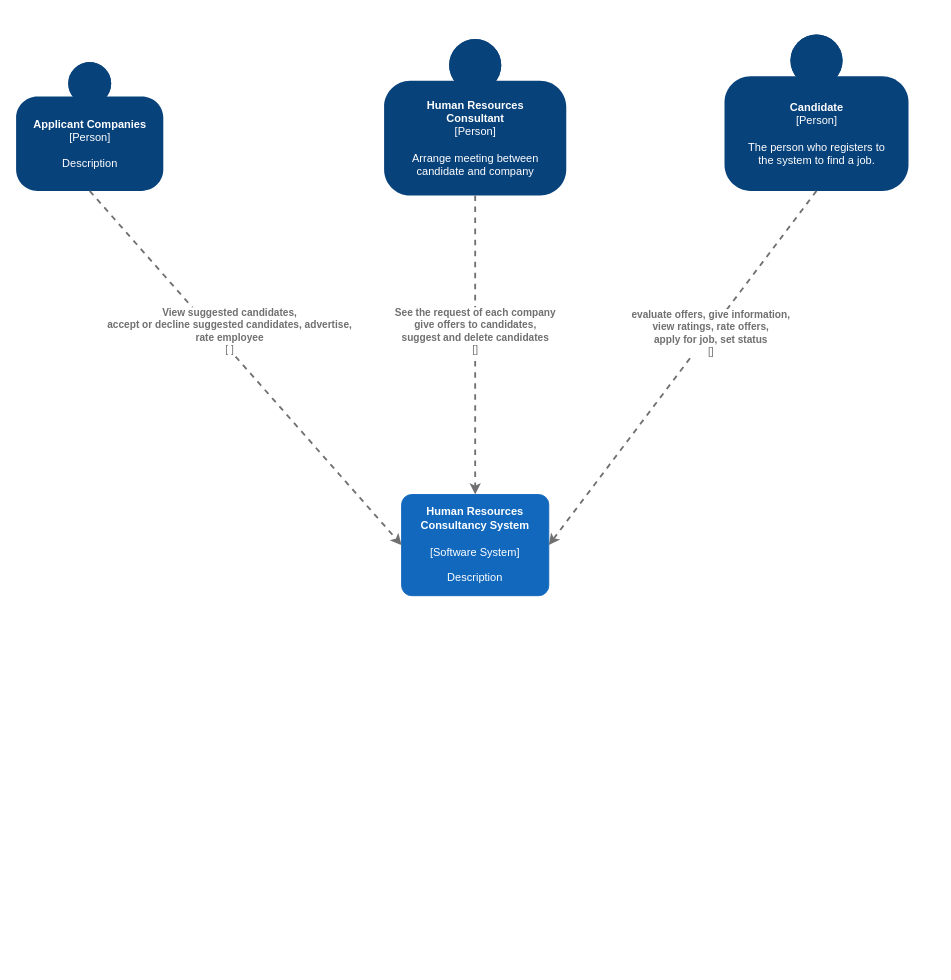
The draw.io diagram c4.drawio in sglbl/CSE-101, before the edit. Source tidied: cells renumbered, new cells numbered last; positions are measured from the earlier drawing's top-left corner, leaving out a move shared by most shapes. Both pictures are drawn from the tidied source at 92%, with x=0, y=0 at pixel (16, 34).
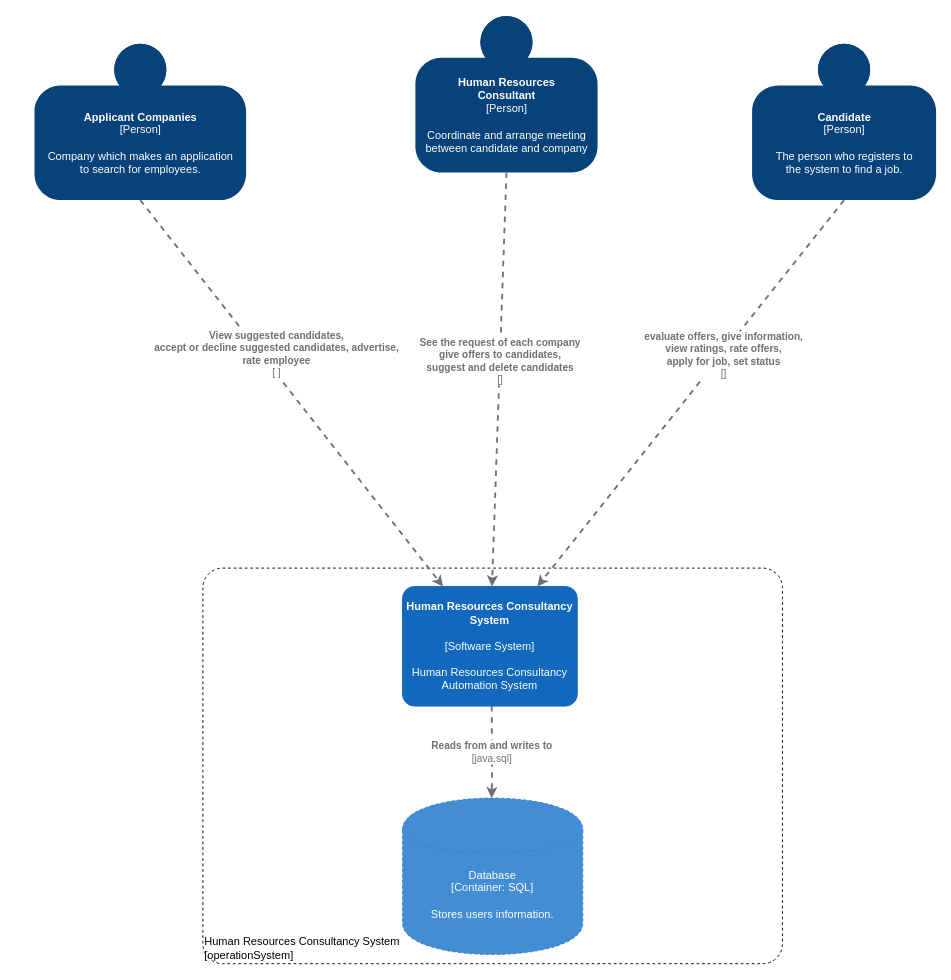
After the change.

What changed in the source:
```diff
@@
+    <object id="9" label="&lt;div style=&quot;text-align: left&quot;&gt;%c4Name%&lt;/div&gt;&lt;div style=&quot;text-align: left&quot;&gt;[%c4OperationSystem%]&lt;/div&gt;&lt;div style=&quot;text-align: right&quot;&gt;%c4ScalingFactor%&lt;/div&gt;" c4Name="Human Resources Consultancy System" c4OperationSystem="operationSystem" c4ScalingFactor=" " placeholders="1">
+      <mxCell style="rounded=1;whiteSpace=wrap;html=1;labelBackgroundColor=none;fillColor=#ffffff;fontColor=#000000;align=left;arcSize=5;strokeColor=#000000;verticalAlign=bottom;metaData={&quot;c4Type&quot;:{&quot;editable&quot;:false}};dashed=1;" parent="1" vertex="1">
+        <mxGeometry x="203" y="580" width="630" height="430" as="geometry" />
+      </mxCell>
+    </object>
-    <object id="2" label="&lt;b&gt;%c4Name%&lt;/b&gt;&lt;div&gt;[%c4Type%]&lt;/div&gt;&lt;br&gt;&lt;div&gt;%c4Description%&lt;/div&gt;" c4Description="Description" c4Name="Applicant Companies" c4Type="Person" placeholders="1">
+    <object id="2" label="&lt;b&gt;%c4Name%&lt;/b&gt;&lt;div&gt;[%c4Type%]&lt;/div&gt;&lt;br&gt;&lt;div&gt;%c4Description%&lt;/div&gt;" c4Description="Company which makes an application &#10;to search for employees." c4Name="Applicant Companies" c4Type="Person" placeholders="1">
       <mxCell style="html=1;dashed=0;whitespace=wrap;fillColor=#08427b;strokeColor=none;fontColor=#ffffff;shape=mxgraph.c4.person;align=center;points=[[0.5,0,0],[1,0.5,0],[1,0.75,0],[0.75,1,0],[0.5,1,0],[0.25,1,0],[0,0.75,0],[0,0.5,0]];metaData={&quot;c4Type&quot;:{&quot;editable&quot;:false}};" parent="1" vertex="1">
-        <mxGeometry y="30" width="160" height="140" as="geometry" />
+        <mxGeometry x="20" y="10" width="230" height="170" as="geometry" />
       </mxCell>
     </object>
     <object id="3" label="&lt;b&gt;%c4Name%&lt;/b&gt;&lt;div&gt;[%c4Type%]&lt;/div&gt;&lt;br&gt;&lt;div&gt;%c4Description%&lt;/div&gt;" c4Description="The person who registers to&#10;the system to find a job." c4Name="Candidate" c4Type="Person" placeholders="1">
       <mxCell style="html=1;dashed=0;whitespace=wrap;fillColor=#08427b;strokeColor=none;fontColor=#ffffff;shape=mxgraph.c4.person;align=center;points=[[0.5,0,0],[1,0.5,0],[1,0.75,0],[0.75,1,0],[0.5,1,0],[0.25,1,0],[0,0.75,0],[0,0.5,0]];metaData={&quot;c4Type&quot;:{&quot;editable&quot;:false}};" parent="1" vertex="1">
-        <mxGeometry x="770" width="200" height="170" as="geometry" />
+        <mxGeometry x="800" y="10" width="200" height="170" as="geometry" />
       </mxCell>
     </object>
-    <object id="4" label="&lt;b&gt;%c4Name%&lt;/b&gt;&lt;div&gt;[%c4Type%]&lt;/div&gt;&lt;br&gt;&lt;div&gt;%c4Description%&lt;/div&gt;" c4Description="Arrange meeting between &#10;candidate and company" c4Name="Human Resources &#10;Consultant" c4Type="Person" placeholders="1">
+    <object id="4" label="&lt;b&gt;%c4Name%&lt;/b&gt;&lt;div&gt;[%c4Type%]&lt;/div&gt;&lt;br&gt;&lt;div&gt;%c4Description%&lt;/div&gt;" c4Description="Coordinate and arrange meeting &#10;between candidate and company" c4Name="Human Resources &#10;Consultant" c4Type="Person" placeholders="1">
       <mxCell style="html=1;dashed=0;whitespace=wrap;fillColor=#08427b;strokeColor=none;fontColor=#ffffff;shape=mxgraph.c4.person;align=center;points=[[0.5,0,0],[1,0.5,0],[1,0.75,0],[0.75,1,0],[0.5,1,0],[0.25,1,0],[0,0.75,0],[0,0.5,0]];metaData={&quot;c4Type&quot;:{&quot;editable&quot;:false}};" parent="1" vertex="1">
-        <mxGeometry x="400" y="5" width="198" height="170" as="geometry" />
+        <mxGeometry x="434" y="-20" width="198" height="170" as="geometry" />
       </mxCell>
     </object>
-    <object id="5" label="&lt;b&gt;%c4Name%&lt;/b&gt;&lt;div&gt;[%c4Type%]&lt;/div&gt;&lt;br&gt;&lt;div&gt;%c4Description%&lt;/div&gt;" c4Description="Description" c4Name="Human Resources Consultancy System&#10;&#10;" c4Type="Software System" placeholders="1">
-      <mxCell style="rounded=1;whiteSpace=wrap;html=1;labelBackgroundColor=none;fillColor=#1168BD;fontColor=#ffffff;align=center;arcSize=10;strokeColor=#1168BD;metaData={&quot;c4Type&quot;:{&quot;editable&quot;:false}};points=[[0.25,0,0],[0.5,0,0],[0.75,0,0],[1,0.25,0],[1,0.5,0],[1,0.75,0],[0.75,1,0],[0.5,1,0],[0.25,1,0],[0,0.75,0],[0,0.5,0],[0,0.25,0]];" parent="1" vertex="1">
-        <mxGeometry x="419" y="500" width="160" height="110" as="geometry" />
-      </mxCell>
-    </object>
     <object id="6" label="&lt;div style=&quot;text-align: left&quot;&gt;&lt;div style=&quot;text-align: center&quot;&gt;&lt;b&gt;%c4Description%&lt;/b&gt;&lt;/div&gt;&lt;div style=&quot;text-align: center&quot;&gt;[%c4Technology%]&lt;/div&gt;&lt;/div&gt;" c4Description="View suggested candidates,&#10;accept or decline suggested candidates, advertise,&#10;rate employee" c4Technology=" " placeholders="1">
-      <mxCell style="edgeStyle=none;rounded=0;html=1;jettySize=auto;strokeColor=#707070;strokeWidth=2;fontColor=#707070;jumpStyle=none;dashed=1;metaData={&quot;c4Type&quot;:{&quot;editable&quot;:false}};entryX=0;entryY=0.5;entryDx=0;entryDy=0;entryPerimeter=0;exitX=0.5;exitY=1;exitDx=0;exitDy=0;exitPerimeter=0;" parent="1" edge="1" source="2" target="5">
+      <mxCell style="edgeStyle=none;rounded=0;html=1;jettySize=auto;strokeColor=#707070;strokeWidth=2;fontColor=#707070;jumpStyle=none;dashed=1;metaData={&quot;c4Type&quot;:{&quot;editable&quot;:false}};exitX=0.5;exitY=1;exitDx=0;exitDy=0;exitPerimeter=0;" parent="1" edge="1" source="2" target="5">
         <mxGeometry x="-0.16" y="13" relative="1" as="geometry" />
       </mxCell>
     </object>
     <object id="7" label="&lt;div style=&quot;text-align: left&quot;&gt;&lt;div style=&quot;text-align: center&quot;&gt;&lt;b&gt;%c4Description%&lt;/b&gt;&lt;/div&gt;&lt;div style=&quot;text-align: center&quot;&gt;[%c4Technology%]&lt;/div&gt;&lt;/div&gt;" c4Description="evaluate offers, give information, &#10;view ratings, rate offers, &#10;apply for job, set status" c4Technology="" placeholders="1">
-      <mxCell style="edgeStyle=none;rounded=0;html=1;jettySize=auto;strokeColor=#707070;strokeWidth=2;fontColor=#707070;jumpStyle=none;dashed=1;metaData={&quot;c4Type&quot;:{&quot;editable&quot;:false}};entryX=1;entryY=0.5;entryDx=0;entryDy=0;entryPerimeter=0;exitX=0.5;exitY=1;exitDx=0;exitDy=0;exitPerimeter=0;" parent="1" edge="1" source="3" target="5">
+      <mxCell style="edgeStyle=none;rounded=0;html=1;jettySize=auto;strokeColor=#707070;strokeWidth=2;fontColor=#707070;jumpStyle=none;dashed=1;metaData={&quot;c4Type&quot;:{&quot;editable&quot;:false}};exitX=0.5;exitY=1;exitDx=0;exitDy=0;exitPerimeter=0;" parent="1" edge="1" source="3" target="5">
         <mxGeometry x="-0.2" y="2" relative="1" as="geometry" />
       </mxCell>
     </object>
     <object id="8" label="&lt;div style=&quot;text-align: left&quot;&gt;&lt;div style=&quot;text-align: center&quot;&gt;&lt;b&gt;%c4Description%&lt;/b&gt;&lt;/div&gt;&lt;div style=&quot;text-align: center&quot;&gt;[%c4Technology%]&lt;/div&gt;&lt;/div&gt;" c4Description="See the request of each company&#10;give offers to candidates,&#10;suggest and delete candidates" c4Technology="" placeholders="1">
-      <mxCell style="edgeStyle=none;rounded=0;html=1;entryX=0.5;entryY=0;jettySize=auto;strokeColor=#707070;strokeWidth=2;fontColor=#707070;jumpStyle=none;dashed=1;metaData={&quot;c4Type&quot;:{&quot;editable&quot;:false}};exitX=0.5;exitY=1;exitDx=0;exitDy=0;exitPerimeter=0;entryDx=0;entryDy=0;entryPerimeter=0;" parent="1" edge="1" source="4" target="5">
+      <mxCell style="edgeStyle=none;rounded=0;html=1;jettySize=auto;strokeColor=#707070;strokeWidth=2;fontColor=#707070;jumpStyle=none;dashed=1;metaData={&quot;c4Type&quot;:{&quot;editable&quot;:false}};exitX=0.5;exitY=1;exitDx=0;exitDy=0;exitPerimeter=0;" parent="1" edge="1" source="4" target="5">
         <mxGeometry x="-0.09" relative="1" as="geometry" />
       </mxCell>
     </object>
+    <object id="5" label="&lt;b&gt;%c4Name%&lt;/b&gt;&lt;div&gt;[%c4Type%]&lt;/div&gt;&lt;br&gt;&lt;div&gt;%c4Description%&lt;/div&gt;" c4Description="Human Resources Consultancy&#10; Automation System" c4Name="Human Resources Consultancy System&#10;&#10;" c4Type="Software System" placeholders="1">
+      <mxCell style="rounded=1;whiteSpace=wrap;html=1;labelBackgroundColor=none;fillColor=#1168BD;fontColor=#ffffff;align=center;arcSize=10;strokeColor=#1168BD;metaData={&quot;c4Type&quot;:{&quot;editable&quot;:false}};points=[[0.25,0,0],[0.5,0,0],[0.75,0,0],[1,0.25,0],[1,0.5,0],[1,0.75,0],[0.75,1,0],[0.5,1,0],[0.25,1,0],[0,0.75,0],[0,0.5,0],[0,0.25,0]];" parent="1" vertex="1">
+        <mxGeometry x="420" y="600" width="190" height="130" as="geometry" />
+      </mxCell>
+    </object>
+    <object id="10" label="%c4Type%&lt;div&gt;[Container:&amp;nbsp;%c4Technology%]&lt;/div&gt;&lt;br&gt;&lt;div&gt;%c4Description%&lt;/div&gt;" c4Description="Stores users information." c4Technology="SQL" c4Type="Database" placeholders="1">
+      <mxCell style="shape=cylinder;whiteSpace=wrap;html=1;boundedLbl=1;rounded=0;labelBackgroundColor=none;fillColor=#438DD5;fontSize=12;fontColor=#ffffff;align=center;strokeColor=#3C7FC0;metaData={&quot;c4Type&quot;:{&quot;editable&quot;:false}};dashed=1;" parent="1" vertex="1">
+        <mxGeometry x="420" y="830" width="196" height="170" as="geometry" />
+      </mxCell>
+    </object>
+    <object id="11" label="&lt;div style=&quot;text-align: left&quot;&gt;&lt;div style=&quot;text-align: center&quot;&gt;&lt;b&gt;%c4Description%&lt;/b&gt;&lt;/div&gt;&lt;div style=&quot;text-align: center&quot;&gt;[%c4Technology%]&lt;/div&gt;&lt;/div&gt;" c4Description="Reads from and writes to" c4Technology="java.sql" placeholders="1">
+      <mxCell style="edgeStyle=none;rounded=0;html=1;jettySize=auto;orthogonalLoop=1;strokeColor=#707070;strokeWidth=2;fontColor=#707070;jumpStyle=none;dashed=1;metaData={&quot;c4Type&quot;:{&quot;editable&quot;:false}};" parent="1" edge="1">
+        <mxGeometry relative="1" as="geometry">
+          <mxPoint x="517" y="730" as="sourcePoint" />
+          <mxPoint x="517" y="830" as="targetPoint" />
+          <Array as="points">
+            <mxPoint x="517.3" y="800" />
+          </Array>
+        </mxGeometry>
+      </mxCell>
+    </object>
```
